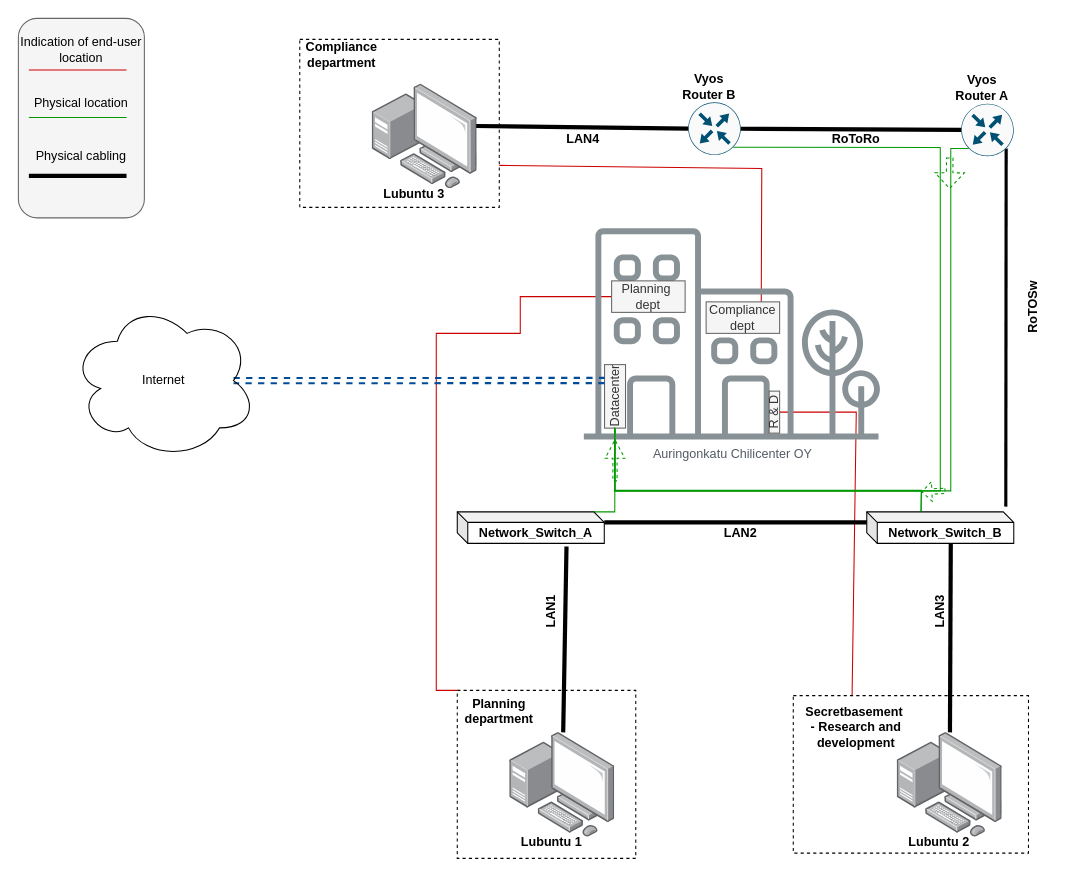
Earlier version of the draw.io diagram page "Physical Topology" (1 of 4) of documentation/E06/PhysicalOnlyDevicesAndCables.drawio (Kjersheim/DataNetworksIntro2023). Source tidied: cells renumbered, new cells numbered last; positions are measured from the earlier drawing's top-left corner, leaving out a move shared by most shapes. Both pictures are drawn from the tidied source at 105%, with x=0, y=0 at pixel (18, 18).
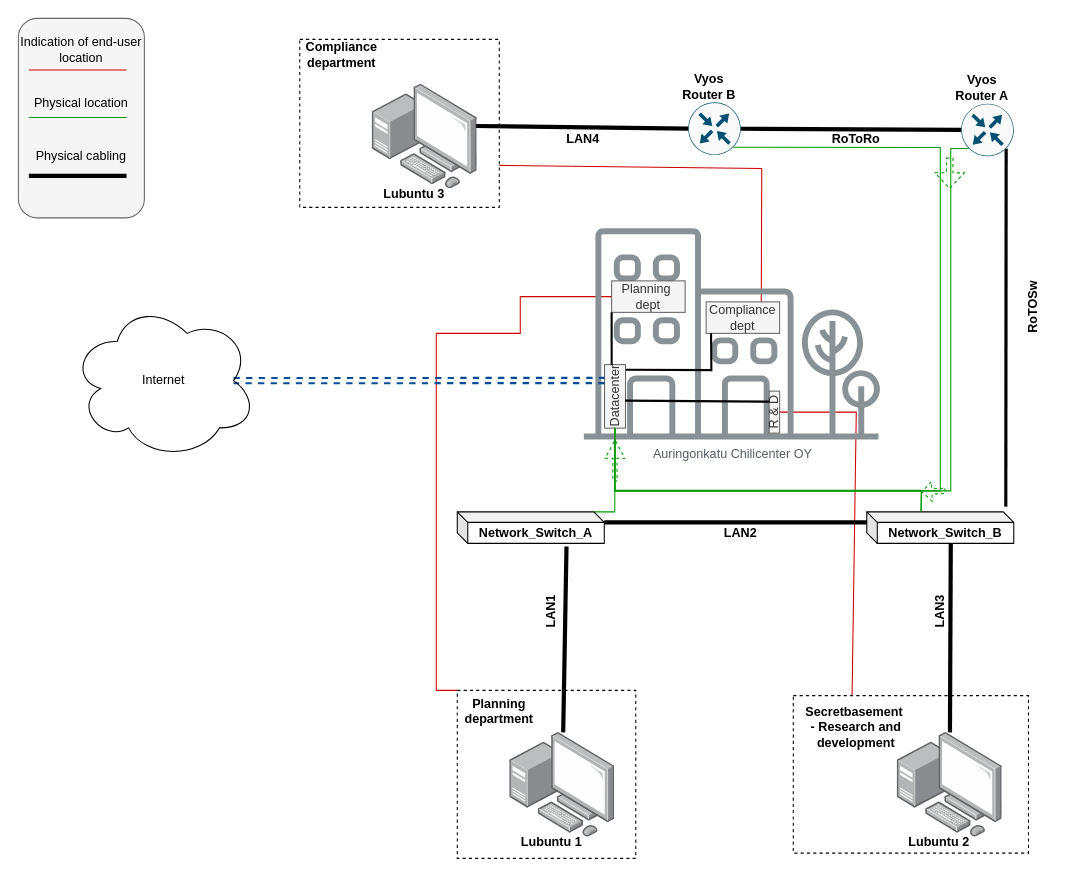
After the change.

The change refers to these unchanged cells:
```xml
<mxCell id="38" value="R &amp;amp; D" style="rounded=0;whiteSpace=wrap;html=1;fillColor=#f5f5f5;fontColor=#333333;strokeColor=#666666;rotation=-90;" parent="1" vertex="1">
  <mxGeometry x="700" y="370" width="40" height="10" as="geometry" />
</mxCell>
<mxCell id="39" value="Compliance dept" style="rounded=0;whiteSpace=wrap;html=1;fillColor=#f5f5f5;fontColor=#333333;strokeColor=#666666;" parent="1" vertex="1">
  <mxGeometry x="655" y="270" width="70" height="30" as="geometry" />
</mxCell>
<mxCell id="41" value="Datacenter" style="rounded=0;whiteSpace=wrap;html=1;fillColor=#f5f5f5;fontColor=#333333;strokeColor=#666666;rotation=-90;" parent="1" vertex="1">
  <mxGeometry x="538" y="350" width="60.5" height="20" as="geometry" />
</mxCell>
<mxCell id="42" value="Planning&amp;nbsp;&lt;br&gt;dept" style="rounded=0;whiteSpace=wrap;html=1;fillColor=#f5f5f5;fontColor=#333333;strokeColor=#666666;" parent="1" vertex="1">
  <mxGeometry x="565" y="250" width="70" height="30" as="geometry" />
</mxCell>
```

Change to the diagram source:
```diff
@@
+    <mxCell id="58" style="endArrow=none;html=1;rounded=0;strokeWidth=2;exitX=0.995;exitY=0.339;exitDx=0;exitDy=0;entryX=0;entryY=1;entryDx=0;entryDy=0;exitPerimeter=0;" parent="1" edge="1" source="41" target="42">
+      <mxGeometry relative="1" as="geometry" />
+    </mxCell>
+    <mxCell id="59" style="endArrow=none;html=1;rounded=0;strokeWidth=2;entryX=0.067;entryY=0.997;entryDx=0;entryDy=0;entryPerimeter=0;exitX=0.919;exitY=1.015;exitDx=0;exitDy=0;exitPerimeter=0;" parent="1" edge="1" source="41" target="39">
+      <mxGeometry relative="1" as="geometry">
+        <Array as="points">
+          <mxPoint x="660" y="335" />
+        </Array>
+      </mxGeometry>
+    </mxCell>
+    <mxCell id="60" style="endArrow=none;html=1;rounded=0;strokeWidth=2;entryX=0.433;entryY=0.978;entryDx=0;entryDy=0;entryPerimeter=0;exitX=0.75;exitY=0;exitDx=0;exitDy=0;" parent="1" edge="1" source="38" target="41">
+      <mxGeometry relative="1" as="geometry" />
+    </mxCell>
```
